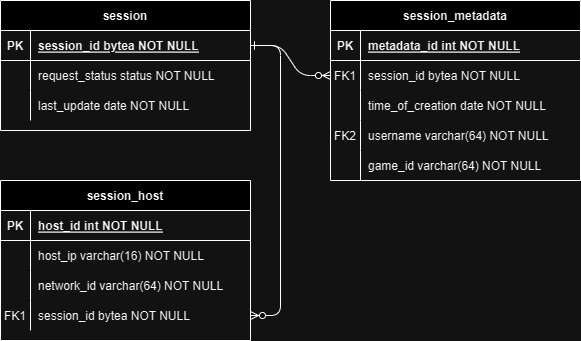
This is v1/img/session_db.drawio.png from Cloud-Gaming-TA/api-docs, a draw.io export, as it was before one commit. Source tidied: cells renumbered, new cells last; positions are measured from the earlier drawing's top-left corner, leaving out a move shared by most shapes. Source of this version:
```xml
<mxGraphModel>
  <root>
    <mxCell id="0" />
    <mxCell id="1" parent="0" />
    <mxCell id="2" style="edgeStyle=entityRelationEdgeStyle;endArrow=ERzeroToMany;startArrow=ERone;endFill=1;startFill=0;" parent="1" edge="1" source="20" target="7">
      <mxGeometry relative="1" as="geometry" />
    </mxCell>
    <mxCell id="3" value="session_metadata" style="shape=table;startSize=30;rowLines=0;fontStyle=1;align=center;" parent="1" vertex="1">
      <mxGeometry x="330" width="250" height="180" as="geometry" />
    </mxCell>
    <mxCell id="4" style="shape=partialRectangle;fillColor=none;top=0;left=0;right=0;bottom=1;" parent="3" vertex="1">
      <mxGeometry y="30" width="250" height="30" as="geometry" />
    </mxCell>
    <mxCell id="5" value="PK" style="shape=partialRectangle;overflow=hidden;fillColor=none;top=0;left=0;bottom=0;right=0;fontStyle=1;" parent="4" vertex="1">
      <mxGeometry width="30" height="30" as="geometry" />
    </mxCell>
    <mxCell id="6" value="metadata_id int NOT NULL " style="shape=partialRectangle;overflow=hidden;fillColor=none;top=0;left=0;bottom=0;right=0;align=left;spacingLeft=6;fontStyle=5;" parent="4" vertex="1">
      <mxGeometry x="30" width="220" height="30" as="geometry" />
    </mxCell>
    <mxCell id="7" style="shape=partialRectangle;fillColor=none;points=[[0,0.5],[1,0.5]];portConstraint=eastwest;top=0;left=0;right=0;bottom=0;" parent="3" vertex="1">
      <mxGeometry y="60" width="250" height="30" as="geometry" />
    </mxCell>
    <mxCell id="8" value="FK1" style="shape=partialRectangle;overflow=hidden;fillColor=none;top=0;left=0;bottom=0;right=0;" parent="7" vertex="1">
      <mxGeometry width="30" height="30" as="geometry" />
    </mxCell>
    <mxCell id="9" value="session_id bytea NOT NULL" style="shape=partialRectangle;overflow=hidden;fillColor=none;top=0;left=0;bottom=0;right=0;align=left;spacingLeft=6;" parent="7" vertex="1">
      <mxGeometry x="30" width="220" height="30" as="geometry" />
    </mxCell>
    <mxCell id="10" style="shape=partialRectangle;fillColor=none;top=0;left=0;right=0;bottom=0;" parent="3" vertex="1">
      <mxGeometry y="90" width="250" height="30" as="geometry" />
    </mxCell>
    <mxCell id="11" style="shape=partialRectangle;overflow=hidden;fillColor=none;top=0;left=0;bottom=0;right=0;" parent="10" vertex="1">
      <mxGeometry width="30" height="30" as="geometry" />
    </mxCell>
    <mxCell id="12" value="time_of_creation date NOT NULL" style="shape=partialRectangle;overflow=hidden;fillColor=none;top=0;left=0;bottom=0;right=0;align=left;spacingLeft=6;" parent="10" vertex="1">
      <mxGeometry x="30" width="220" height="30" as="geometry" />
    </mxCell>
    <mxCell id="13" style="shape=partialRectangle;fillColor=none;top=0;left=0;right=0;bottom=0;" parent="3" vertex="1">
      <mxGeometry y="120" width="250" height="30" as="geometry" />
    </mxCell>
    <mxCell id="14" style="shape=partialRectangle;overflow=hidden;fillColor=none;top=0;left=0;bottom=0;right=0;" parent="13" vertex="1">
      <mxGeometry width="30" height="30" as="geometry" />
    </mxCell>
    <mxCell id="15" value="username varchar(64) NOT NULL" style="shape=partialRectangle;overflow=hidden;fillColor=none;top=0;left=0;bottom=0;right=0;align=left;spacingLeft=6;" parent="13" vertex="1">
      <mxGeometry x="30" width="220" height="30" as="geometry" />
    </mxCell>
    <mxCell id="16" style="shape=partialRectangle;fillColor=none;top=0;left=0;right=0;bottom=0;" parent="3" vertex="1">
      <mxGeometry y="150" width="250" height="30" as="geometry" />
    </mxCell>
    <mxCell id="17" style="shape=partialRectangle;overflow=hidden;fillColor=none;top=0;left=0;bottom=0;right=0;" parent="16" vertex="1">
      <mxGeometry width="30" height="30" as="geometry" />
    </mxCell>
    <mxCell id="18" value="game_id varchar(64) NOT NULL" style="shape=partialRectangle;overflow=hidden;fillColor=none;top=0;left=0;bottom=0;right=0;align=left;spacingLeft=6;" parent="16" vertex="1">
      <mxGeometry x="30" width="220" height="30" as="geometry" />
    </mxCell>
    <mxCell id="19" value="session" style="shape=table;startSize=30;rowLines=0;fontStyle=1;align=center;" parent="1" vertex="1">
      <mxGeometry width="250" height="130" as="geometry" />
    </mxCell>
    <mxCell id="20" style="shape=partialRectangle;fillColor=none;points=[[0,0.5],[1,0.5]];portConstraint=eastwest;top=0;left=0;right=0;bottom=1;" parent="19" vertex="1">
      <mxGeometry y="30" width="250" height="30" as="geometry" />
    </mxCell>
    <mxCell id="21" value="PK" style="shape=partialRectangle;overflow=hidden;fillColor=none;top=0;left=0;bottom=0;right=0;fontStyle=1;" parent="20" vertex="1">
      <mxGeometry width="30" height="30" as="geometry" />
    </mxCell>
    <mxCell id="22" value="session_id bytea NOT NULL " style="shape=partialRectangle;overflow=hidden;fillColor=none;top=0;left=0;bottom=0;right=0;align=left;spacingLeft=6;fontStyle=5;" parent="20" vertex="1">
      <mxGeometry x="30" width="220" height="30" as="geometry" />
    </mxCell>
    <mxCell id="23" style="shape=partialRectangle;fillColor=none;top=0;left=0;right=0;bottom=0;" parent="19" vertex="1">
      <mxGeometry y="60" width="250" height="30" as="geometry" />
    </mxCell>
    <mxCell id="24" style="shape=partialRectangle;overflow=hidden;fillColor=none;top=0;left=0;bottom=0;right=0;" parent="23" vertex="1">
      <mxGeometry width="30" height="30" as="geometry" />
    </mxCell>
    <mxCell id="25" value="request_status status NOT NULL" style="shape=partialRectangle;overflow=hidden;fillColor=none;top=0;left=0;bottom=0;right=0;align=left;spacingLeft=6;" parent="23" vertex="1">
      <mxGeometry x="30" width="220" height="30" as="geometry" />
    </mxCell>
    <mxCell id="26" style="shape=partialRectangle;fillColor=none;points=[[0,0.5],[1,0.5]];portConstraint=eastwest;top=0;left=0;right=0;bottom=0;" parent="19" vertex="1">
      <mxGeometry y="90" width="250" height="30" as="geometry" />
    </mxCell>
    <mxCell id="27" style="shape=partialRectangle;overflow=hidden;fillColor=none;top=0;left=0;bottom=0;right=0;" parent="26" vertex="1">
      <mxGeometry width="30" height="30" as="geometry" />
    </mxCell>
    <mxCell id="28" value="last_update date NOT NULL" style="shape=partialRectangle;overflow=hidden;fillColor=none;top=0;left=0;bottom=0;right=0;align=left;spacingLeft=6;" parent="26" vertex="1">
      <mxGeometry x="30" width="220" height="30" as="geometry" />
    </mxCell>
    <mxCell id="29" value="FK2" style="shape=partialRectangle;overflow=hidden;fillColor=none;top=0;left=0;bottom=0;right=0;" parent="1" vertex="1">
      <mxGeometry x="330" y="120" width="30" height="30" as="geometry" />
    </mxCell>
    <mxCell id="30" value="session_host" style="shape=table;startSize=30;rowLines=0;fontStyle=1;align=center;" parent="1" vertex="1">
      <mxGeometry y="180" width="250" height="160" as="geometry" />
    </mxCell>
    <mxCell id="31" style="shape=partialRectangle;fillColor=none;points=[[0,0.5],[1,0.5]];portConstraint=eastwest;top=0;left=0;right=0;bottom=1;" parent="30" vertex="1">
      <mxGeometry y="30" width="250" height="30" as="geometry" />
    </mxCell>
    <mxCell id="32" value="PK" style="shape=partialRectangle;overflow=hidden;fillColor=none;top=0;left=0;bottom=0;right=0;fontStyle=1;" parent="31" vertex="1">
      <mxGeometry width="30" height="30" as="geometry" />
    </mxCell>
    <mxCell id="33" value="host_id int NOT NULL " style="shape=partialRectangle;overflow=hidden;fillColor=none;top=0;left=0;bottom=0;right=0;align=left;spacingLeft=6;fontStyle=5;" parent="31" vertex="1">
      <mxGeometry x="30" width="220" height="30" as="geometry" />
    </mxCell>
    <mxCell id="34" style="shape=partialRectangle;fillColor=none;top=0;left=0;right=0;bottom=0;" parent="30" vertex="1">
      <mxGeometry y="60" width="250" height="30" as="geometry" />
    </mxCell>
    <mxCell id="35" style="shape=partialRectangle;overflow=hidden;fillColor=none;top=0;left=0;bottom=0;right=0;" parent="34" vertex="1">
      <mxGeometry width="30" height="30" as="geometry" />
    </mxCell>
    <mxCell id="36" value="host_ip varchar(16) NOT NULL" style="shape=partialRectangle;overflow=hidden;fillColor=none;top=0;left=0;bottom=0;right=0;align=left;spacingLeft=6;" parent="34" vertex="1">
      <mxGeometry x="30" width="220" height="30" as="geometry" />
    </mxCell>
    <mxCell id="37" style="shape=partialRectangle;fillColor=none;top=0;left=0;right=0;bottom=0;" parent="30" vertex="1">
      <mxGeometry y="90" width="250" height="30" as="geometry" />
    </mxCell>
    <mxCell id="38" style="shape=partialRectangle;overflow=hidden;fillColor=none;top=0;left=0;bottom=0;right=0;" parent="37" vertex="1">
      <mxGeometry width="30" height="30" as="geometry" />
    </mxCell>
    <mxCell id="39" value="network_id varchar(64) NOT NULL" style="shape=partialRectangle;overflow=hidden;fillColor=none;top=0;left=0;bottom=0;right=0;align=left;spacingLeft=6;" parent="37" vertex="1">
      <mxGeometry x="30" width="220" height="30" as="geometry" />
    </mxCell>
    <mxCell id="40" style="shape=partialRectangle;fillColor=none;points=[[0,0.5],[1,0.5]];portConstraint=eastwest;top=0;left=0;right=0;bottom=0;" parent="30" vertex="1">
      <mxGeometry y="120" width="250" height="30" as="geometry" />
    </mxCell>
    <mxCell id="41" value="FK1" style="shape=partialRectangle;overflow=hidden;fillColor=none;top=0;left=0;bottom=0;right=0;" parent="40" vertex="1">
      <mxGeometry width="30" height="30" as="geometry" />
    </mxCell>
    <mxCell id="42" value="session_id bytea NOT NULL" style="shape=partialRectangle;overflow=hidden;fillColor=none;top=0;left=0;bottom=0;right=0;align=left;spacingLeft=6;" parent="40" vertex="1">
      <mxGeometry x="30" width="220" height="30" as="geometry" />
    </mxCell>
    <mxCell id="43" style="edgeStyle=entityRelationEdgeStyle;endArrow=ERzeroToMany;startArrow=ERone;endFill=1;startFill=0;exitX=1;exitY=0.5;exitDx=0;exitDy=0;entryX=1;entryY=0.5;entryDx=0;entryDy=0;" parent="1" edge="1" source="20" target="40">
      <mxGeometry relative="1" as="geometry" />
    </mxCell>
  </root>
</mxGraphModel>
```
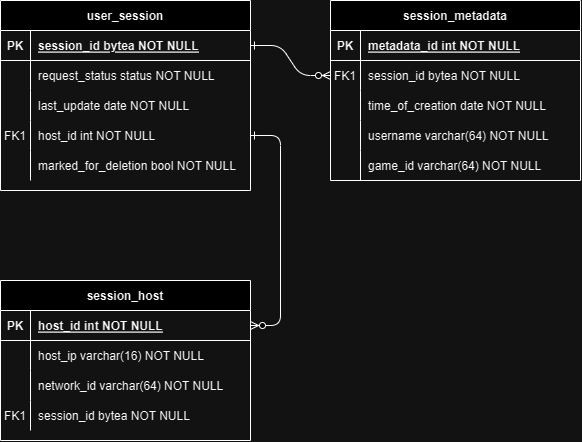
After the change.

Commit message:
Deployed 85e1191 with MkDocs version: 1.5.3

The edit, as a diff of the source:
```diff
@@ -53,8 +53,8 @@
     <mxCell id="18" value="game_id varchar(64) NOT NULL" style="shape=partialRectangle;overflow=hidden;fillColor=none;top=0;left=0;bottom=0;right=0;align=left;spacingLeft=6;" parent="16" vertex="1">
       <mxGeometry x="30" width="220" height="30" as="geometry" />
     </mxCell>
-    <mxCell id="19" value="session" style="shape=table;startSize=30;rowLines=0;fontStyle=1;align=center;" parent="1" vertex="1">
-      <mxGeometry width="250" height="130" as="geometry" />
+    <mxCell id="19" value="user_session" style="shape=table;startSize=30;rowLines=0;fontStyle=1;align=center;" parent="1" vertex="1">
+      <mxGeometry width="250" height="190" as="geometry" />
     </mxCell>
     <mxCell id="20" style="shape=partialRectangle;fillColor=none;points=[[0,0.5],[1,0.5]];portConstraint=eastwest;top=0;left=0;right=0;bottom=1;" parent="19" vertex="1">
       <mxGeometry y="30" width="250" height="30" as="geometry" />
@@ -74,20 +74,35 @@
     <mxCell id="25" value="request_status status NOT NULL" style="shape=partialRectangle;overflow=hidden;fillColor=none;top=0;left=0;bottom=0;right=0;align=left;spacingLeft=6;" parent="23" vertex="1">
       <mxGeometry x="30" width="220" height="30" as="geometry" />
     </mxCell>
+    <mxCell id="44" style="shape=partialRectangle;fillColor=none;top=0;left=0;right=0;bottom=0;" parent="19" vertex="1">
+      <mxGeometry y="90" width="250" height="30" as="geometry" />
+    </mxCell>
+    <mxCell id="45" style="shape=partialRectangle;overflow=hidden;fillColor=none;top=0;left=0;bottom=0;right=0;" parent="44" vertex="1">
+      <mxGeometry width="30" height="30" as="geometry" />
+    </mxCell>
+    <mxCell id="46" value="last_update date NOT NULL" style="shape=partialRectangle;overflow=hidden;fillColor=none;top=0;left=0;bottom=0;right=0;align=left;spacingLeft=6;" parent="44" vertex="1">
+      <mxGeometry x="30" width="220" height="30" as="geometry" />
+    </mxCell>
     <mxCell id="26" style="shape=partialRectangle;fillColor=none;points=[[0,0.5],[1,0.5]];portConstraint=eastwest;top=0;left=0;right=0;bottom=0;" parent="19" vertex="1">
-      <mxGeometry y="90" width="250" height="30" as="geometry" />
+      <mxGeometry y="120" width="250" height="30" as="geometry" />
     </mxCell>
-    <mxCell id="27" style="shape=partialRectangle;overflow=hidden;fillColor=none;top=0;left=0;bottom=0;right=0;" parent="26" vertex="1">
+    <mxCell id="27" value="FK1" style="shape=partialRectangle;overflow=hidden;fillColor=none;top=0;left=0;bottom=0;right=0;" parent="26" vertex="1">
       <mxGeometry width="30" height="30" as="geometry" />
     </mxCell>
-    <mxCell id="28" value="last_update date NOT NULL" style="shape=partialRectangle;overflow=hidden;fillColor=none;top=0;left=0;bottom=0;right=0;align=left;spacingLeft=6;" parent="26" vertex="1">
+    <mxCell id="28" value="host_id int NOT NULL" style="shape=partialRectangle;overflow=hidden;fillColor=none;top=0;left=0;bottom=0;right=0;align=left;spacingLeft=6;" parent="26" vertex="1">
       <mxGeometry x="30" width="220" height="30" as="geometry" />
     </mxCell>
-    <mxCell id="29" value="FK2" style="shape=partialRectangle;overflow=hidden;fillColor=none;top=0;left=0;bottom=0;right=0;" parent="1" vertex="1">
-      <mxGeometry x="330" y="120" width="30" height="30" as="geometry" />
-    </mxCell>
+    <mxCell id="47" style="shape=partialRectangle;fillColor=none;top=0;left=0;right=0;bottom=0;" parent="19" vertex="1">
+      <mxGeometry y="150" width="250" height="30" as="geometry" />
+    </mxCell>
+    <mxCell id="48" style="shape=partialRectangle;overflow=hidden;fillColor=none;top=0;left=0;bottom=0;right=0;" parent="47" vertex="1">
+      <mxGeometry width="30" height="30" as="geometry" />
+    </mxCell>
+    <mxCell id="49" value="marked_for_deletion bool NOT NULL" style="shape=partialRectangle;overflow=hidden;fillColor=none;top=0;left=0;bottom=0;right=0;align=left;spacingLeft=6;" parent="47" vertex="1">
+      <mxGeometry x="30" width="220" height="30" as="geometry" />
+    </mxCell>
     <mxCell id="30" value="session_host" style="shape=table;startSize=30;rowLines=0;fontStyle=1;align=center;" parent="1" vertex="1">
-      <mxGeometry y="180" width="250" height="160" as="geometry" />
+      <mxGeometry y="280" width="250" height="160" as="geometry" />
     </mxCell>
     <mxCell id="31" style="shape=partialRectangle;fillColor=none;points=[[0,0.5],[1,0.5]];portConstraint=eastwest;top=0;left=0;right=0;bottom=1;" parent="30" vertex="1">
       <mxGeometry y="30" width="250" height="30" as="geometry" />
@@ -125,8 +140,8 @@
     <mxCell id="42" value="session_id bytea NOT NULL" style="shape=partialRectangle;overflow=hidden;fillColor=none;top=0;left=0;bottom=0;right=0;align=left;spacingLeft=6;" parent="40" vertex="1">
       <mxGeometry x="30" width="220" height="30" as="geometry" />
     </mxCell>
-    <mxCell id="43" style="edgeStyle=entityRelationEdgeStyle;endArrow=ERzeroToMany;startArrow=ERone;endFill=1;startFill=0;exitX=1;exitY=0.5;exitDx=0;exitDy=0;entryX=1;entryY=0.5;entryDx=0;entryDy=0;" parent="1" edge="1" source="20" target="40">
-      <mxGeometry relative="1" as="geometry" />
-    </mxCell>
+    <mxCell id="50" style="edgeStyle=entityRelationEdgeStyle;endArrow=ERzeroToMany;startArrow=ERone;endFill=1;startFill=0;exitX=1;exitY=0.5;exitDx=0;exitDy=0;entryX=1;entryY=0.5;entryDx=0;entryDy=0;" parent="1" edge="1" source="26" target="31">
+      <mxGeometry relative="1" as="geometry" />
+    </mxCell>
   </root>
 </mxGraphModel>
```
